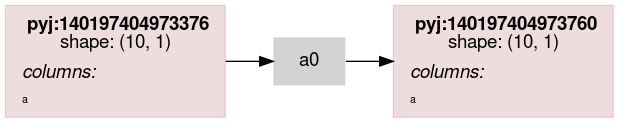
Earlier version of the Graphviz export scripts/rdflog/a0.ttl.dot.png (asmirnov69/pyjviz-poc). Its source is kept beside it as scripts/rdflog/a0.ttl.dot.
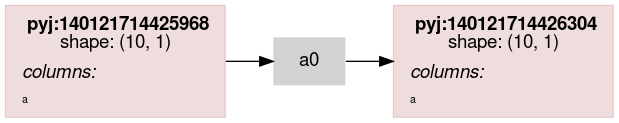
Later version of the same file.

Diff of the diagram source:
```diff
@@ -14,7 +14,7 @@
                 color="#88000022"
                 shape = rect
                 label = <<table border="0" cellborder="0" cellspacing="0" cellpadding="4">
-                         <tr> <td> <b>pyj:140197404973376</b><br/>shape: (10, 1)</td> </tr>
+                         <tr> <td> <b>pyj:140121714425968</b><br/>shape: (10, 1)</td> </tr>
                          <tr> <td align="left"><i>columns:</i><br align="left"/></td></tr>
                 <tr><td align="left"><FONT POINT-SIZE="8px">a</FONT></td></tr>
                          </table>>
@@ -23,7 +23,7 @@
                 color="#88000022"
                 shape = rect
                 label = <<table border="0" cellborder="0" cellspacing="0" cellpadding="4">
-                         <tr> <td> <b>pyj:140197404973760</b><br/>shape: (10, 1)</td> </tr>
+                         <tr> <td> <b>pyj:140121714426304</b><br/>shape: (10, 1)</td> </tr>
                          <tr> <td align="left"><i>columns:</i><br align="left"/></td></tr>
                 <tr><td align="left"><FONT POINT-SIZE="8px">a</FONT></td></tr>
                          </table>>
```
